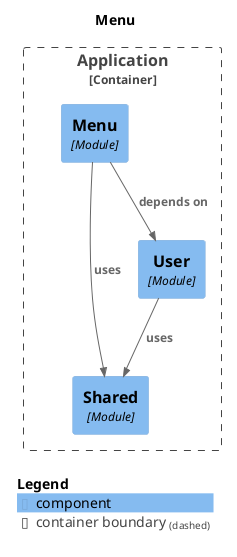
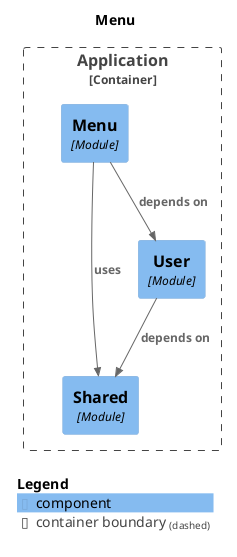
@startuml
set separator none
title Menu

top to bottom direction

!include <C4/C4>
!include <C4/C4_Context>
!include <C4/C4_Component>

Container_Boundary("Application.Application_boundary", "Application", $tags="") {
  Component(Application.Application.Shared, "Shared", $techn="Module", $descr="", $tags="", $link="")
  Component(Application.Application.User, "User", $techn="Module", $descr="", $tags="", $link="")
  Component(Application.Application.Menu, "Menu", $techn="Module", $descr="", $tags="", $link="")
}

Rel(Application.Application.Menu, Application.Application.User, "depends on", $techn="", $tags="", $link="")
Rel(Application.Application.Menu, Application.Application.Shared, "uses", $techn="", $tags="", $link="")
- Rel(Application.Application.User, Application.Application.Shared, "uses", $techn="", $tags="", $link="")
+ Rel(Application.Application.User, Application.Application.Shared, "depends on", $techn="", $tags="", $link="")

SHOW_LEGEND(true)
@enduml